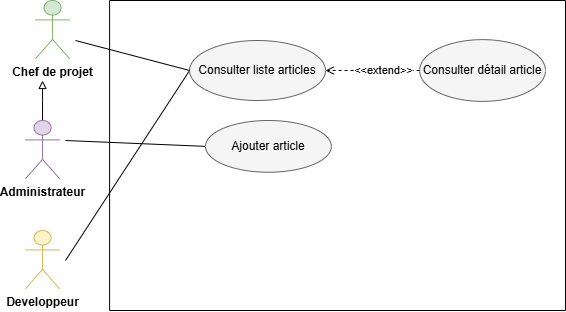
The draw.io diagram Images/Diagramme Base de connaissance.drawio.png in rihab-dev/Rapport-PFE, before a commit. Source tidied: cells renumbered, new cells last; positions are measured from the earlier drawing's top-left corner, leaving out a move shared by most shapes.
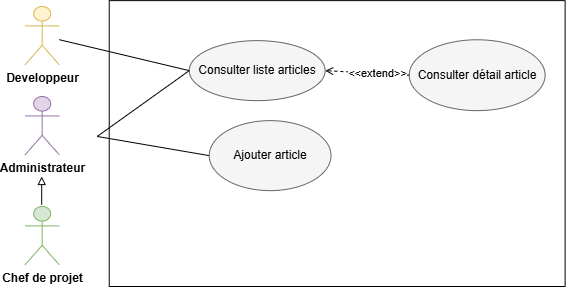
After the change.

What changed in the source:
```diff
@@ -3,51 +3,50 @@
     <mxCell id="0" />
     <mxCell id="1" parent="0" />
     <mxCell id="2" value="&lt;b&gt;Developpeur&lt;/b&gt;" style="shape=umlActor;verticalLabelPosition=bottom;verticalAlign=top;html=1;outlineConnect=0;fillColor=#fff2cc;strokeColor=#d6b656;" parent="1" vertex="1">
-      <mxGeometry y="230" width="34.1" height="58.3" as="geometry" />
+      <mxGeometry x="1097.6" y="1270" width="34.1" height="58.3" as="geometry" />
     </mxCell>
-    <mxCell id="3" style="endArrow=none;html=1;rounded=0;entryX=0;entryY=0.5;entryDx=0;entryDy=0;" parent="1" edge="1" target="6">
-      <mxGeometry relative="1" as="geometry">
-        <mxPoint x="40" y="260" as="sourcePoint" />
-      </mxGeometry>
-    </mxCell>
-    <mxCell id="4" style="endArrow=none;html=1;rounded=0;entryX=0;entryY=0.5;entryDx=0;entryDy=0;" parent="1" edge="1" target="10">
-      <mxGeometry relative="1" as="geometry">
-        <mxPoint x="40" y="140" as="sourcePoint" />
-      </mxGeometry>
-    </mxCell>
-    <mxCell id="5" style="swimlane;startSize=0;" parent="1" vertex="1">
-      <mxGeometry x="84.1" width="455.9" height="310" as="geometry" />
-    </mxCell>
+    <mxCell id="15" style="endArrow=none;html=1;rounded=0;entryX=0;entryY=0.5;entryDx=0;entryDy=0;" parent="1" edge="1" target="10">
+      <mxGeometry relative="1" as="geometry">
+        <mxPoint x="1170" y="1400" as="sourcePoint" />
+      </mxGeometry>
+    </mxCell>
+    <mxCell id="16" style="swimlane;startSize=0;" parent="1" vertex="1">
+      <mxGeometry x="1181.7" y="1264.1" width="455.9" height="285.9" as="geometry" />
+    </mxCell>
-    <mxCell id="6" value="&lt;div style=&quot;text-align: start;&quot;&gt;&lt;span style=&quot;background-color: transparent; color: light-dark(rgb(0, 0, 0), rgb(237, 237, 237));&quot;&gt;Consulter liste articles&lt;/span&gt;&lt;/div&gt;" style="ellipse;whiteSpace=wrap;html=1;fillColor=#f5f5f5;fontColor=#000000;strokeColor=#666666;" parent="5" vertex="1">
+    <mxCell id="6" value="&lt;div style=&quot;text-align: start;&quot;&gt;&lt;span style=&quot;background-color: transparent; color: light-dark(rgb(0, 0, 0), rgb(237, 237, 237));&quot;&gt;Consulter liste articles&lt;/span&gt;&lt;/div&gt;" style="ellipse;whiteSpace=wrap;html=1;fillColor=#f5f5f5;fontColor=#000000;strokeColor=#666666;" parent="16" vertex="1">
       <mxGeometry x="80" y="40" width="135.9" height="60" as="geometry" />
     </mxCell>
-    <mxCell id="7" value="&lt;div style=&quot;text-align: start;&quot;&gt;Consulter détail article&lt;/div&gt;" style="ellipse;whiteSpace=wrap;html=1;fillColor=#f5f5f5;fontColor=#000000;strokeColor=#666666;" parent="5" vertex="1">
-      <mxGeometry x="310" y="39.1" width="125.9" height="61.7" as="geometry" />
+    <mxCell id="7" value="&lt;div style=&quot;text-align: start;&quot;&gt;Consulter détail article&lt;/div&gt;" style="ellipse;whiteSpace=wrap;html=1;fillColor=#f5f5f5;fontColor=#000000;strokeColor=#666666;" parent="16" vertex="1">
+      <mxGeometry x="300" y="39.1" width="135.9" height="70.9" as="geometry" />
     </mxCell>
-    <mxCell id="8" style="endArrow=open;html=1;rounded=0;exitX=0;exitY=0.5;exitDx=0;exitDy=0;endFill=0;dashed=1;entryX=1;entryY=0.5;entryDx=0;entryDy=0;" parent="5" edge="1" source="7" target="6">
+    <mxCell id="8" style="endArrow=open;html=1;rounded=0;exitX=0;exitY=0.5;exitDx=0;exitDy=0;endFill=0;dashed=1;entryX=1;entryY=0.5;entryDx=0;entryDy=0;" parent="16" edge="1" source="7" target="6">
       <mxGeometry relative="1" as="geometry" />
     </mxCell>
     <mxCell id="9" value="&amp;lt;&amp;lt;extend&amp;gt;&amp;gt;" style="edgeLabel;html=1;align=center;verticalAlign=middle;" parent="8" vertex="1">
       <mxGeometry x="-0.22" relative="1" as="geometry" />
     </mxCell>
-    <mxCell id="10" value="&lt;div style=&quot;text-align: start;&quot;&gt;&lt;span style=&quot;background-color: transparent; color: light-dark(rgb(0, 0, 0), rgb(237, 237, 237));&quot;&gt;Ajouter article&lt;/span&gt;&lt;/div&gt;" style="ellipse;whiteSpace=wrap;html=1;fillColor=#f5f5f5;fontColor=#000000;strokeColor=#666666;" parent="5" vertex="1">
-      <mxGeometry x="95.9" y="120" width="125.9" height="51.7" as="geometry" />
+    <mxCell id="10" value="&lt;div style=&quot;text-align: start;&quot;&gt;&lt;span style=&quot;background-color: transparent; color: light-dark(rgb(0, 0, 0), rgb(237, 237, 237));&quot;&gt;Ajouter article&lt;/span&gt;&lt;/div&gt;" style="ellipse;whiteSpace=wrap;html=1;fillColor=#f5f5f5;fontColor=#000000;strokeColor=#666666;" parent="16" vertex="1">
+      <mxGeometry x="100" y="120" width="121.8" height="70" as="geometry" />
     </mxCell>
-    <mxCell id="11" style="endArrow=none;html=1;rounded=0;entryX=0;entryY=0.5;entryDx=0;entryDy=0;" parent="5" edge="1" target="6">
-      <mxGeometry relative="1" as="geometry">
-        <mxPoint x="-34.1" y="40" as="sourcePoint" />
-      </mxGeometry>
-    </mxCell>
+    <mxCell id="17" style="endArrow=none;html=1;rounded=0;entryX=0;entryY=0.5;entryDx=0;entryDy=0;" parent="16" edge="1" target="6">
+      <mxGeometry relative="1" as="geometry">
+        <mxPoint x="-12.1" y="135.9" as="sourcePoint" />
+      </mxGeometry>
+    </mxCell>
     <mxCell id="12" value="&lt;b&gt;Chef de projet&lt;/b&gt;" style="shape=umlActor;verticalLabelPosition=bottom;verticalAlign=top;html=1;fillColor=#d5e8d4;strokeColor=#82b366;" parent="1" vertex="1">
-      <mxGeometry x="10" width="34.1" height="58.3" as="geometry" />
+      <mxGeometry x="1097.6" y="1470" width="34.1" height="58.3" as="geometry" />
     </mxCell>
-    <mxCell id="13" style="edgeStyle=orthogonalEdgeStyle;rounded=0;jettySize=auto;html=1;endArrow=block;endFill=0;" parent="1" edge="1" source="14">
-      <mxGeometry relative="1" as="geometry">
-        <mxPoint x="17" y="80" as="targetPoint" />
-      </mxGeometry>
-    </mxCell>
     <mxCell id="14" value="&lt;b&gt;Administrateur&lt;/b&gt;" style="shape=umlActor;verticalLabelPosition=bottom;verticalAlign=top;html=1;outlineConnect=0;fillColor=#e1d5e7;strokeColor=#9673a6;" parent="1" vertex="1">
-      <mxGeometry y="120" width="34.1" height="58.3" as="geometry" />
+      <mxGeometry x="1097.6" y="1360" width="34.1" height="58.3" as="geometry" />
     </mxCell>
+    <mxCell id="18" style="endArrow=none;html=1;rounded=0;entryX=0;entryY=0.5;entryDx=0;entryDy=0;" parent="1" edge="1" source="2" target="6">
+      <mxGeometry relative="1" as="geometry" />
+    </mxCell>
+    <mxCell id="19" style="endArrow=block;html=1;rounded=0;endFill=0;" parent="1" edge="1">
+      <mxGeometry relative="1" as="geometry">
+        <mxPoint x="1114.2" y="1468.2" as="sourcePoint" />
+        <mxPoint x="1114.2" y="1440" as="targetPoint" />
+      </mxGeometry>
+    </mxCell>
   </root>
 </mxGraphModel>
```
